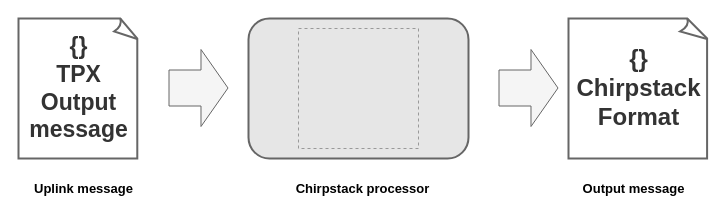
Above: docs/Processor/ChirpStack/drawio/chirpstack.drawio in actility/tpx-iot-flow-doc (draw.io), before the change. Source tidied: cells renumbered, new cells numbered last; positions are measured from the earlier drawing's top-left corner, leaving out a move shared by most shapes. Both pictures are drawn from the tidied source at 100%, with x=0, y=0 at pixel (18, 18). Pictures stored in the file or linked from it are replaced by grey dashed boxes.
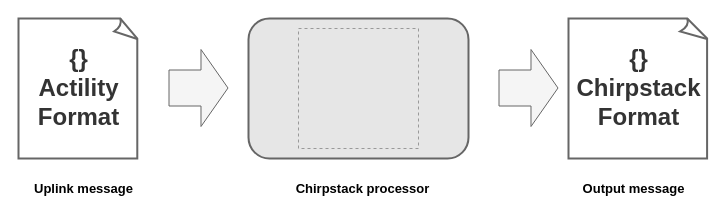
The same diagram, later.

Diff of the diagram source:
```diff
@@
 <mxGraphModel>
   <root>
     <mxCell id="0" />
     <mxCell id="1" parent="0" />
     <mxCell id="2" style="whiteSpace=wrap;html=1;shape=mxgraph.basic.document;strokeWidth=2;strokeColor=#666666;" parent="1" vertex="1">
       <mxGeometry width="120" height="140" as="geometry" />
     </mxCell>
-    <mxCell id="3" value="&lt;font color=&quot;#333333&quot;&gt;&lt;b&gt;&lt;span style=&quot;font-size: 23px&quot;&gt;{}&lt;br&gt;&lt;/span&gt;&lt;font style=&quot;font-size: 23px&quot;&gt;TPX &lt;br&gt;Output &lt;br&gt;message&lt;/font&gt;&lt;/b&gt;&lt;br&gt;&lt;/font&gt;" style="text;html=1;align=center;verticalAlign=middle;" parent="1" vertex="1">
-      <mxGeometry x="5" y="30" width="110" height="80" as="geometry" />
+    <mxCell id="3" value="&lt;font color=&quot;#333333&quot; style=&quot;font-size: 24px&quot;&gt;&lt;b&gt;&lt;span&gt;{}&lt;br&gt;&lt;/span&gt;&lt;/b&gt;&lt;span&gt;&lt;b&gt;Actility &lt;br&gt;Format&lt;/b&gt;&lt;/span&gt;&lt;br&gt;&lt;/font&gt;" style="text;html=1;align=center;verticalAlign=middle;" parent="1" vertex="1">
+      <mxGeometry x="10" y="40" width="100" height="60" as="geometry" />
     </mxCell>
     <mxCell id="4" value="&lt;b&gt;&lt;font style=&quot;font-size: 13px&quot;&gt;Uplink message&lt;/font&gt;&lt;/b&gt;" style="text;html=1;align=center;verticalAlign=middle;" parent="1" vertex="1">
       <mxGeometry x="10" y="160" width="110" height="20" as="geometry" />
     </mxCell>
     <mxCell id="5" style="rounded=1;whiteSpace=wrap;html=1;strokeWidth=2;strokeColor=#666666;fillColor=#E6E6E6;" parent="1" vertex="1">
       <mxGeometry x="230" width="220" height="140" as="geometry" />
     </mxCell>
     <mxCell id="6" value="&lt;b&gt;&lt;font style=&quot;font-size: 13px&quot;&gt;Chirpstack processor&lt;/font&gt;&lt;/b&gt;" style="text;html=1;align=center;verticalAlign=middle;" parent="1" vertex="1">
       <mxGeometry x="268.9" y="160" width="150" height="20" as="geometry" />
     </mxCell>
     <mxCell id="7" style="shape=flexArrow;endArrow=classic;html=1;endWidth=40;endSize=8.67;width=36;fillColor=#f5f5f5;strokeColor=#666666;" parent="1" edge="1">
       <mxGeometry relative="1" as="geometry">
         <mxPoint x="480" y="69.5" as="sourcePoint" />
         <mxPoint x="540" y="69.5" as="targetPoint" />
       </mxGeometry>
     </mxCell>
     <mxCell id="8" style="whiteSpace=wrap;html=1;shape=mxgraph.basic.document;strokeWidth=2;strokeColor=#666666;" parent="1" vertex="1">
       <mxGeometry x="550" width="140" height="140" as="geometry" />
     </mxCell>
     <mxCell id="9" value="&lt;font color=&quot;#333333&quot; style=&quot;font-size: 24px&quot;&gt;&lt;b&gt;{}&lt;br&gt;&lt;span&gt;Chirpstack&lt;br&gt;&lt;/span&gt;Format&lt;/b&gt;&lt;br&gt;&lt;/font&gt;" style="text;html=1;align=center;verticalAlign=middle;" parent="1" vertex="1">
       <mxGeometry x="550" y="40" width="140" height="60" as="geometry" />
     </mxCell>
     <mxCell id="10" value="&lt;b&gt;&lt;font style=&quot;font-size: 13px&quot;&gt;Output message&lt;/font&gt;&lt;/b&gt;" style="text;html=1;align=center;verticalAlign=middle;" parent="1" vertex="1">
       <mxGeometry x="555" y="160" width="120" height="20" as="geometry" />
     </mxCell>
     <mxCell id="11" style="shape=flexArrow;endArrow=classic;html=1;endWidth=40;endSize=8.67;width=36;fillColor=#f5f5f5;strokeColor=#666666;" parent="1" edge="1">
       <mxGeometry relative="1" as="geometry">
         <mxPoint x="150" y="69.5" as="sourcePoint" />
         <mxPoint x="210" y="69.5" as="targetPoint" />
       </mxGeometry>
     </mxCell>
     <mxCell id="12" style="fillColor=#E6E6E6;strokeColor=#999999;dashed=1;verticalLabelPosition=bottom;verticalAlign=top;fontSize=24;" parent="1" vertex="1">
       <mxGeometry x="280" y="10" width="120" height="120" as="geometry" />
     </mxCell>
   </root>
 </mxGraphModel>
```
